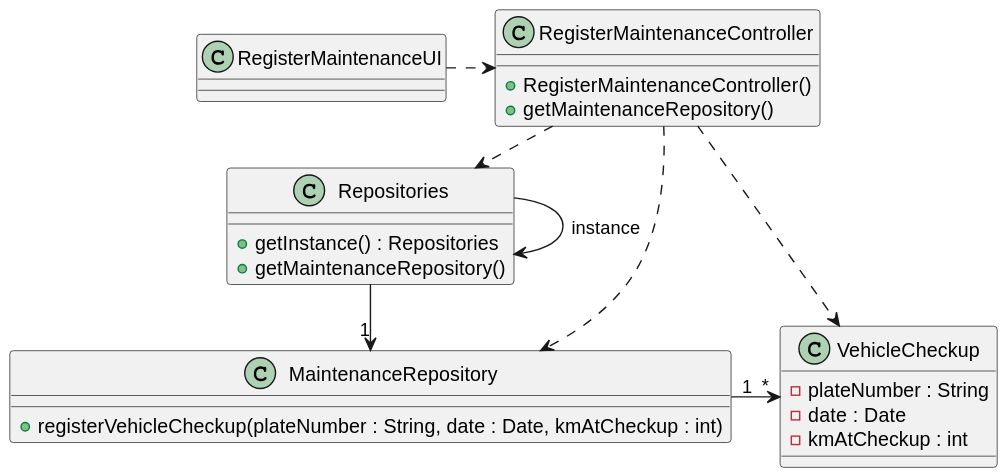
ricardomm7/leaflink keeps this PlantUML diagram as docs/sprintB/us007/03.design/svg/us007-class-diagram.svg. Above is the earlier version.
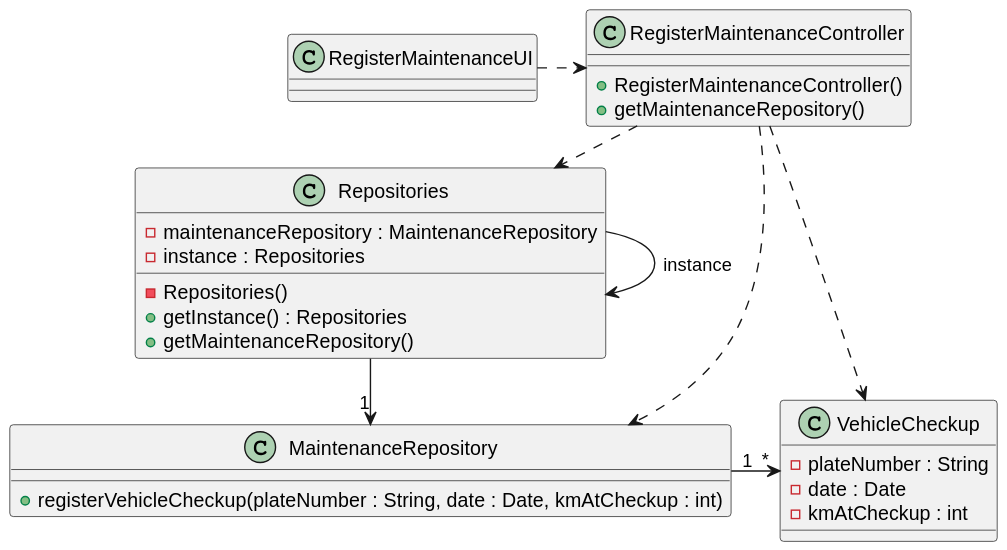
The same diagram one commit later.

The edit, as a diff of the source:
```diff
@@ -15,6 +15,9 @@
 }
 
 class Repositories {
+-maintenanceRepository : MaintenanceRepository
+        - instance : Repositories
+        - Repositories()
     + getInstance() : Repositories
     + getMaintenanceRepository()
 }
```
